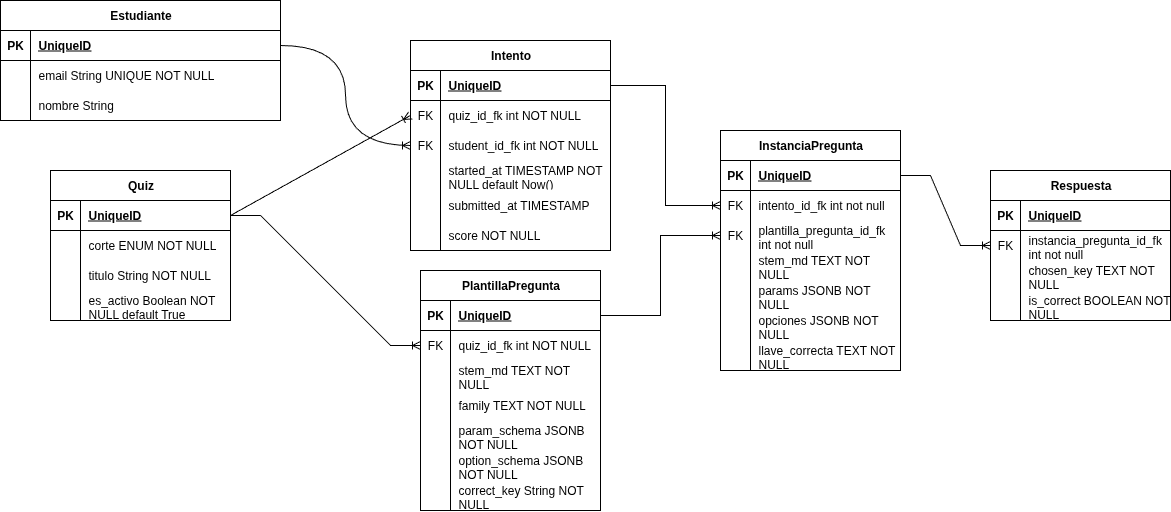
Above: Quices-Probabilidad/ERM-Probabilidad.drawio.png in NicoG2023/Proyecto-Probabilidad (draw.io), before the change. Source tidied: cells renumbered, new cells last; positions are measured from the earlier drawing's top-left corner, leaving out a move shared by most shapes.
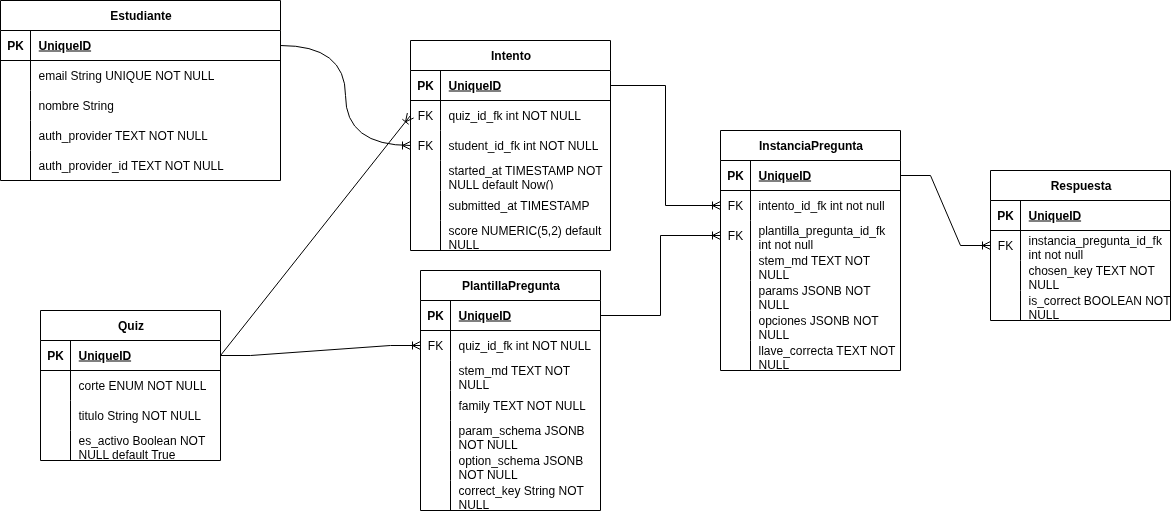
After the commit.

The edit, as a diff of the source:
```diff
@@ -3,7 +3,7 @@
     <mxCell id="0" />
     <mxCell id="1" parent="0" />
     <mxCell id="2" value="Estudiante" style="shape=table;startSize=30;rowLines=0;fontStyle=1;align=center;html=1;" parent="1" vertex="1">
-      <mxGeometry width="280" height="120" as="geometry" />
+      <mxGeometry width="280" height="180" as="geometry" />
     </mxCell>
     <mxCell id="3" style="shape=tableRow;horizontal=0;startSize=0;swimlaneHead=0;swimlaneBody=0;fillColor=none;points=[[0,0.5],[1,0.5]];portConstraint=eastwest;top=0;left=0;right=0;bottom=1;" parent="2" vertex="1">
       <mxGeometry y="30" width="280" height="30" as="geometry" />
@@ -32,8 +32,26 @@
     <mxCell id="11" value="nombre String" style="shape=partialRectangle;fillColor=none;top=0;left=0;bottom=0;right=0;align=left;spacingLeft=6;overflow=hidden;whiteSpace=wrap;html=1;" parent="9" vertex="1">
       <mxGeometry x="30" width="250" height="30" as="geometry" />
     </mxCell>
+    <mxCell id="107" style="shape=tableRow;horizontal=0;startSize=0;swimlaneHead=0;swimlaneBody=0;fillColor=none;top=0;left=0;right=0;bottom=0;" parent="2" vertex="1">
+      <mxGeometry y="120" width="280" height="30" as="geometry" />
+    </mxCell>
+    <mxCell id="108" style="shape=partialRectangle;fillColor=none;top=0;left=0;bottom=0;right=0;overflow=hidden;whiteSpace=wrap;html=1;" parent="107" vertex="1">
+      <mxGeometry width="30" height="30" as="geometry" />
+    </mxCell>
+    <mxCell id="109" value="auth_provider TEXT NOT NULL" style="shape=partialRectangle;fillColor=none;top=0;left=0;bottom=0;right=0;align=left;spacingLeft=6;overflow=hidden;whiteSpace=wrap;html=1;" parent="107" vertex="1">
+      <mxGeometry x="30" width="250" height="30" as="geometry" />
+    </mxCell>
+    <mxCell id="110" style="shape=tableRow;horizontal=0;startSize=0;swimlaneHead=0;swimlaneBody=0;fillColor=none;top=0;left=0;right=0;bottom=0;" parent="2" vertex="1">
+      <mxGeometry y="150" width="280" height="30" as="geometry" />
+    </mxCell>
+    <mxCell id="111" style="shape=partialRectangle;fillColor=none;top=0;left=0;bottom=0;right=0;overflow=hidden;whiteSpace=wrap;html=1;" parent="110" vertex="1">
+      <mxGeometry width="30" height="30" as="geometry" />
+    </mxCell>
+    <mxCell id="112" value="auth_provider_id TEXT NOT NULL" style="shape=partialRectangle;fillColor=none;top=0;left=0;bottom=0;right=0;align=left;spacingLeft=6;overflow=hidden;whiteSpace=wrap;html=1;" parent="110" vertex="1">
+      <mxGeometry x="30" width="250" height="30" as="geometry" />
+    </mxCell>
     <mxCell id="12" value="Quiz" style="shape=table;startSize=30;rowLines=0;fontStyle=1;align=center;html=1;" parent="1" vertex="1">
-      <mxGeometry x="50" y="170" width="180" height="150" as="geometry" />
+      <mxGeometry x="40" y="310" width="180" height="150" as="geometry" />
     </mxCell>
     <mxCell id="13" style="shape=tableRow;horizontal=0;startSize=0;swimlaneHead=0;swimlaneBody=0;fillColor=none;points=[[0,0.5],[1,0.5]];portConstraint=eastwest;top=0;left=0;right=0;bottom=1;" parent="12" vertex="1">
       <mxGeometry y="30" width="180" height="30" as="geometry" />
@@ -194,7 +212,7 @@
     <mxCell id="65" style="shape=partialRectangle;fillColor=none;top=0;left=0;bottom=0;right=0;overflow=hidden;whiteSpace=wrap;html=1;" parent="64" vertex="1">
       <mxGeometry width="30" height="30" as="geometry" />
     </mxCell>
-    <mxCell id="66" value="score NOT NULL" style="shape=partialRectangle;fillColor=none;top=0;left=0;bottom=0;right=0;align=left;spacingLeft=6;overflow=hidden;whiteSpace=wrap;html=1;" parent="64" vertex="1">
+    <mxCell id="66" value="score NUMERIC(5,2) default NULL" style="shape=partialRectangle;fillColor=none;top=0;left=0;bottom=0;right=0;align=left;spacingLeft=6;overflow=hidden;whiteSpace=wrap;html=1;" parent="64" vertex="1">
       <mxGeometry x="30" width="170" height="30" as="geometry" />
     </mxCell>
     <mxCell id="67" value="Respuesta" style="shape=table;startSize=30;rowLines=0;fontStyle=1;align=center;html=1;" parent="1" vertex="1">
```
